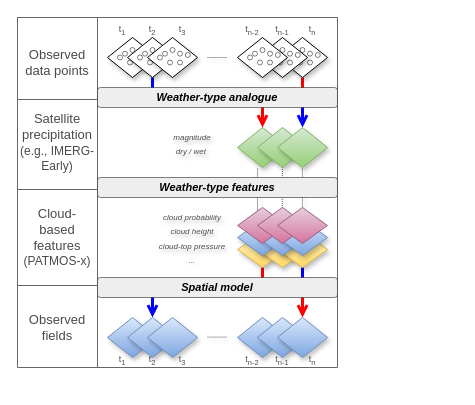
adrHuerta/diagrams keeps this draw.io diagram as grid-workflow.drawio. Above is the earlier version. Source tidied: cells renumbered, new cells numbered last; positions are measured from the earlier drawing's top-left corner, leaving out a move shared by most shapes. Both pictures are drawn from the tidied source at 100%, with x=0, y=0 at pixel (17, 17).
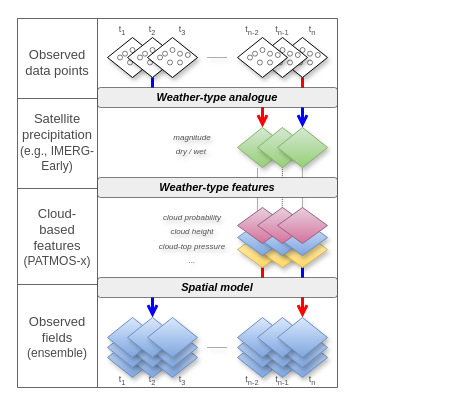
Above is the later version.

The edit, as a diff of the source:
```diff
@@
     <mxCell id="2" style="shape=table;startSize=0;childLayout=tableLayout;fillColor=none;fontColor=#333333;strokeColor=#666666;rounded=0;swimlaneLine=0;shadow=0;" parent="1" vertex="1">
-      <mxGeometry width="320" height="350" as="geometry" />
+      <mxGeometry y="1" width="320" height="369" as="geometry" />
     </mxCell>
     <mxCell id="3" style="shape=tableRow;horizontal=0;startSize=0;swimlaneHead=0;swimlaneBody=0;strokeColor=inherit;top=0;left=0;bottom=0;right=0;fillColor=none;" parent="2" vertex="1">
-      <mxGeometry width="320" height="82" as="geometry" />
+      <mxGeometry width="320" height="80" as="geometry" />
     </mxCell>
     <mxCell id="4" style="shape=partialRectangle;html=1;whiteSpace=wrap;strokeColor=inherit;overflow=hidden;fillColor=none;top=0;left=0;bottom=0;right=0;" parent="3" vertex="1">
-      <mxGeometry width="80" height="82" as="geometry" />
+      <mxGeometry width="80" height="80" as="geometry" />
     </mxCell>
     <mxCell id="5" style="shape=partialRectangle;html=1;whiteSpace=wrap;strokeColor=inherit;overflow=hidden;fillColor=none;top=0;left=0;bottom=0;right=0;" parent="3" vertex="1">
-      <mxGeometry x="80" width="240" height="82" as="geometry" />
+      <mxGeometry x="80" width="240" height="80" as="geometry" />
     </mxCell>
     <mxCell id="6" style="shape=tableRow;horizontal=0;startSize=0;swimlaneHead=0;swimlaneBody=0;strokeColor=inherit;top=0;left=0;bottom=0;right=0;fillColor=none;" parent="2" vertex="1">
-      <mxGeometry y="82" width="320" height="90" as="geometry" />
+      <mxGeometry y="80" width="320" height="90" as="geometry" />
     </mxCell>
@@
     <mxCell id="9" style="shape=tableRow;horizontal=0;startSize=0;swimlaneHead=0;swimlaneBody=0;strokeColor=inherit;top=0;left=0;bottom=0;right=0;fillColor=none;" parent="2" vertex="1">
-      <mxGeometry y="172" width="320" height="96" as="geometry" />
+      <mxGeometry y="170" width="320" height="96" as="geometry" />
     </mxCell>
@@
     <mxCell id="13" style="shape=tableRow;horizontal=0;startSize=0;swimlaneHead=0;swimlaneBody=0;strokeColor=inherit;top=0;left=0;bottom=0;right=0;fillColor=none;" parent="2" vertex="1">
-      <mxGeometry y="268" width="320" height="82" as="geometry" />
+      <mxGeometry y="266" width="320" height="103" as="geometry" />
     </mxCell>
     <mxCell id="14" style="shape=partialRectangle;html=1;whiteSpace=wrap;strokeColor=inherit;overflow=hidden;fillColor=none;top=0;left=0;bottom=0;right=0;" parent="13" vertex="1">
-      <mxGeometry width="80" height="82" as="geometry" />
+      <mxGeometry width="80" height="103" as="geometry" />
     </mxCell>
     <mxCell id="15" style="shape=partialRectangle;html=1;whiteSpace=wrap;strokeColor=inherit;overflow=hidden;fillColor=none;top=0;left=0;bottom=0;right=0;" parent="13" vertex="1">
-      <mxGeometry x="80" width="240" height="82" as="geometry" />
+      <mxGeometry x="80" width="240" height="103" as="geometry" />
     </mxCell>
+    <mxCell id="118" style="rhombus;whiteSpace=wrap;html=1;shadow=1;fillColor=#dae8fc;gradientColor=#7ea6e0;strokeColor=#6c8ebf;" parent="1" vertex="1">
+      <mxGeometry x="90" y="320" width="50" height="40" as="geometry" />
+    </mxCell>
+    <mxCell id="119" style="rhombus;whiteSpace=wrap;html=1;shadow=1;fillColor=#dae8fc;gradientColor=#7ea6e0;strokeColor=#6c8ebf;" parent="1" vertex="1">
+      <mxGeometry x="110" y="320" width="50" height="40" as="geometry" />
+    </mxCell>
+    <mxCell id="120" style="rhombus;whiteSpace=wrap;html=1;shadow=1;fillColor=#dae8fc;gradientColor=#7ea6e0;strokeColor=#6c8ebf;" parent="1" vertex="1">
+      <mxGeometry x="130" y="320" width="50" height="40" as="geometry" />
+    </mxCell>
+    <mxCell id="121" style="rhombus;whiteSpace=wrap;html=1;shadow=1;fillColor=#dae8fc;gradientColor=#7ea6e0;strokeColor=#6c8ebf;" parent="1" vertex="1">
+      <mxGeometry x="220" y="320" width="50" height="40" as="geometry" />
+    </mxCell>
+    <mxCell id="122" style="rhombus;whiteSpace=wrap;html=1;shadow=1;fillColor=#dae8fc;gradientColor=#7ea6e0;strokeColor=#6c8ebf;" parent="1" vertex="1">
+      <mxGeometry x="240" y="320" width="50" height="40" as="geometry" />
+    </mxCell>
+    <mxCell id="123" style="rhombus;whiteSpace=wrap;html=1;shadow=1;fillColor=#dae8fc;gradientColor=#7ea6e0;strokeColor=#6c8ebf;" parent="1" vertex="1">
+      <mxGeometry x="260" y="320" width="50" height="40" as="geometry" />
+    </mxCell>
+    <mxCell id="124" style="rhombus;whiteSpace=wrap;html=1;shadow=1;fillColor=#dae8fc;gradientColor=#7ea6e0;strokeColor=#6c8ebf;" parent="1" vertex="1">
+      <mxGeometry x="90" y="310" width="50" height="40" as="geometry" />
+    </mxCell>
+    <mxCell id="125" style="rhombus;whiteSpace=wrap;html=1;shadow=1;fillColor=#dae8fc;gradientColor=#7ea6e0;strokeColor=#6c8ebf;" parent="1" vertex="1">
+      <mxGeometry x="110" y="310" width="50" height="40" as="geometry" />
+    </mxCell>
+    <mxCell id="126" style="rhombus;whiteSpace=wrap;html=1;shadow=1;fillColor=#dae8fc;gradientColor=#7ea6e0;strokeColor=#6c8ebf;" parent="1" vertex="1">
+      <mxGeometry x="130" y="310" width="50" height="40" as="geometry" />
+    </mxCell>
+    <mxCell id="127" style="rhombus;whiteSpace=wrap;html=1;shadow=1;fillColor=#dae8fc;gradientColor=#7ea6e0;strokeColor=#6c8ebf;" parent="1" vertex="1">
+      <mxGeometry x="220" y="310" width="50" height="40" as="geometry" />
+    </mxCell>
+    <mxCell id="128" style="rhombus;whiteSpace=wrap;html=1;shadow=1;fillColor=#dae8fc;gradientColor=#7ea6e0;strokeColor=#6c8ebf;" parent="1" vertex="1">
+      <mxGeometry x="240" y="310" width="50" height="40" as="geometry" />
+    </mxCell>
+    <mxCell id="129" style="rhombus;whiteSpace=wrap;html=1;shadow=1;fillColor=#dae8fc;gradientColor=#7ea6e0;strokeColor=#6c8ebf;" parent="1" vertex="1">
+      <mxGeometry x="260" y="310" width="50" height="40" as="geometry" />
+    </mxCell>
@@
-    <mxCell id="23" value="&lt;span&gt;Observed fields&lt;/span&gt;" style="text;html=1;align=center;verticalAlign=middle;whiteSpace=wrap;rounded=0;rotation=0;fontStyle=0;fontColor=#4A4A4A;fontSize=13;" parent="1" vertex="1">
-      <mxGeometry x="10" y="280" width="60" height="60" as="geometry" />
+    <mxCell id="23" value="&lt;span&gt;Observed fields&lt;br&gt;&lt;font style=&quot;&quot;&gt;&lt;span style=&quot;font-size: 12px;&quot;&gt;(ensemble)&lt;/span&gt;&lt;/font&gt;&lt;/span&gt;" style="text;html=1;align=center;verticalAlign=middle;whiteSpace=wrap;rounded=0;rotation=0;fontStyle=0;fontColor=#4A4A4A;fontSize=13;" parent="1" vertex="1">
+      <mxGeometry x="10" y="290" width="60" height="60" as="geometry" />
     </mxCell>
@@
     <mxCell id="27" style="group;" parent="1" vertex="1">
-      <mxGeometry x="130" y="20" width="310" height="40" as="geometry" />
+      <mxGeometry x="130" y="20" width="310" height="330" as="geometry" />
     </mxCell>
     <mxCell id="28" style="group;" parent="27" vertex="1">
-      <mxGeometry width="50" height="40" as="geometry" />
+      <mxGeometry width="190" height="330" as="geometry" />
     </mxCell>
     <mxCell id="29" style="group;" parent="28" vertex="1">
-      <mxGeometry x="-20" width="50" height="40" as="geometry" />
+      <mxGeometry x="-20" width="210" height="330" as="geometry" />
     </mxCell>
@@
-    <mxCell id="103" style="endArrow=none;dashed=1;html=1;strokeWidth=1;rounded=0;dashPattern=1 1;jumpSize=4;shadow=1;flowAnimation=0;strokeColor=light-dark(#595959, #ededed);" parent="1" edge="1">
-      <mxGeometry relative="1" as="geometry">
-        <mxPoint x="190" y="319.6" as="sourcePoint" />
-        <mxPoint x="210" y="319.6" as="targetPoint" />
-      </mxGeometry>
-    </mxCell>
+    <mxCell id="107" style="rhombus;whiteSpace=wrap;html=1;shadow=1;fillColor=#dae8fc;gradientColor=#7ea6e0;strokeColor=#6c8ebf;" parent="1" vertex="1">
+      <mxGeometry x="220" y="300" width="50" height="40" as="geometry" />
+    </mxCell>
+    <mxCell id="108" style="rhombus;whiteSpace=wrap;html=1;shadow=1;fillColor=#dae8fc;gradientColor=#7ea6e0;strokeColor=#6c8ebf;" parent="1" vertex="1">
+      <mxGeometry x="240" y="300" width="50" height="40" as="geometry" />
+    </mxCell>
+    <mxCell id="109" style="rhombus;whiteSpace=wrap;html=1;shadow=1;fillColor=#dae8fc;gradientColor=#7ea6e0;strokeColor=#6c8ebf;" parent="1" vertex="1">
+      <mxGeometry x="260" y="300" width="50" height="40" as="geometry" />
+    </mxCell>
+    <mxCell id="116" value="&lt;div style=&quot;&quot;&gt;&lt;span style=&quot;&quot;&gt;&lt;font style=&quot;font-size: 8px;&quot;&gt;&lt;i style=&quot;&quot;&gt;cloud probability&lt;/i&gt;&lt;/font&gt;&lt;/span&gt;&lt;/div&gt;&lt;div style=&quot;&quot;&gt;&lt;font&gt;&lt;span style=&quot;font-size: 8px;&quot;&gt;&lt;i&gt;cloud height&lt;/i&gt;&lt;/span&gt;&lt;/font&gt;&lt;/div&gt;&lt;div style=&quot;&quot;&gt;&lt;font&gt;&lt;span style=&quot;font-size: 8px;&quot;&gt;&lt;i&gt;cloud-top pressure&lt;/i&gt;&lt;/span&gt;&lt;/font&gt;&lt;/div&gt;&lt;div style=&quot;&quot;&gt;&lt;font&gt;&lt;span style=&quot;font-size: 8px;&quot;&gt;&lt;i&gt;...&lt;br&gt;&lt;/i&gt;&lt;/span&gt;&lt;/font&gt;&lt;/div&gt;&lt;div style=&quot;&quot;&gt;&lt;span style=&quot;&quot;&gt;&lt;font style=&quot;font-size: 8px;&quot;&gt;&lt;i style=&quot;&quot;&gt;&lt;br&gt;&lt;/i&gt;&lt;/font&gt;&lt;/span&gt;&lt;/div&gt;" style="text;whiteSpace=wrap;html=1;align=center;shadow=0;labelBorderColor=none;textShadow=1;labelBackgroundColor=none;fontColor=#505050;" parent="1" vertex="1">
+      <mxGeometry x="140" y="185" width="70" height="70" as="geometry" />
+    </mxCell>
+    <mxCell id="117" value="&lt;div style=&quot;&quot;&gt;&lt;span style=&quot;font-size: 8px;&quot;&gt;&lt;i&gt;magnitude&lt;/i&gt;&lt;/span&gt;&lt;/div&gt;&lt;div style=&quot;&quot;&gt;&lt;span style=&quot;font-size: 8px;&quot;&gt;&lt;i&gt;dry / wet&amp;nbsp;&lt;/i&gt;&lt;/span&gt;&lt;/div&gt;" style="text;whiteSpace=wrap;html=1;align=center;shadow=0;labelBorderColor=none;textShadow=1;labelBackgroundColor=none;fontColor=#505050;" parent="1" vertex="1">
+      <mxGeometry x="140" y="105" width="70" height="50" as="geometry" />
+    </mxCell>
+    <mxCell id="130" style="endArrow=none;dashed=1;html=1;strokeWidth=1;rounded=0;dashPattern=1 1;jumpSize=4;shadow=1;flowAnimation=0;strokeColor=light-dark(#595959, #ededed);" parent="1" edge="1">
+      <mxGeometry relative="1" as="geometry">
+        <mxPoint x="190" y="330" as="sourcePoint" />
+        <mxPoint x="210" y="330" as="targetPoint" />
+      </mxGeometry>
+    </mxCell>
     <mxCell id="104" value="&lt;span style=&quot;font-family: Helvetica; font-style: normal; font-variant-ligatures: normal; font-variant-caps: normal; font-weight: 400; letter-spacing: normal; orphans: 2; text-indent: 0px; text-transform: none; widows: 2; word-spacing: 0px; -webkit-text-stroke-width: 0px; white-space: normal; text-decoration-thickness: initial; text-decoration-style: initial; text-decoration-color: initial; float: none; display: inline !important;&quot;&gt;t&lt;sub&gt;3&lt;/sub&gt;&lt;/span&gt;" style="text;whiteSpace=wrap;html=1;fontSize=9;align=center;fontColor=#525252;" parent="1" vertex="1">
-      <mxGeometry x="150" y="330" width="30" height="20" as="geometry" />
+      <mxGeometry x="150" y="350" width="30" height="20" as="geometry" />
     </mxCell>
     <mxCell id="105" value="&lt;span style=&quot;font-family: Helvetica; font-style: normal; font-variant-ligatures: normal; font-variant-caps: normal; font-weight: 400; letter-spacing: normal; orphans: 2; text-indent: 0px; text-transform: none; widows: 2; word-spacing: 0px; -webkit-text-stroke-width: 0px; white-space: normal; text-decoration-thickness: initial; text-decoration-style: initial; text-decoration-color: initial; float: none; display: inline !important;&quot;&gt;t&lt;sub&gt;2&lt;/sub&gt;&lt;/span&gt;" style="text;whiteSpace=wrap;html=1;fontSize=9;align=center;fontColor=#525252;" parent="1" vertex="1">
-      <mxGeometry x="120" y="330" width="30" height="20" as="geometry" />
+      <mxGeometry x="120" y="350" width="30" height="20" as="geometry" />
     </mxCell>
     <mxCell id="106" value="&lt;span style=&quot;font-family: Helvetica; font-style: normal; font-variant-ligatures: normal; font-variant-caps: normal; font-weight: 400; letter-spacing: normal; orphans: 2; text-indent: 0px; text-transform: none; widows: 2; word-spacing: 0px; -webkit-text-stroke-width: 0px; white-space: normal; text-decoration-thickness: initial; text-decoration-style: initial; text-decoration-color: initial; float: none; display: inline !important;&quot;&gt;t&lt;sub&gt;1&lt;/sub&gt;&lt;/span&gt;" style="text;whiteSpace=wrap;html=1;fontSize=9;align=center;fontColor=#525252;" parent="1" vertex="1">
-      <mxGeometry x="90" y="330" width="30" height="20" as="geometry" />
+      <mxGeometry x="90" y="350" width="30" height="20" as="geometry" />
     </mxCell>
-    <mxCell id="107" style="rhombus;whiteSpace=wrap;html=1;shadow=1;fillColor=#dae8fc;gradientColor=#7ea6e0;strokeColor=#6c8ebf;" parent="1" vertex="1">
-      <mxGeometry x="220" y="300" width="50" height="40" as="geometry" />
-    </mxCell>
-    <mxCell id="108" style="rhombus;whiteSpace=wrap;html=1;shadow=1;fillColor=#dae8fc;gradientColor=#7ea6e0;strokeColor=#6c8ebf;" parent="1" vertex="1">
-      <mxGeometry x="240" y="300" width="50" height="40" as="geometry" />
-    </mxCell>
-    <mxCell id="109" style="rhombus;whiteSpace=wrap;html=1;shadow=1;fillColor=#dae8fc;gradientColor=#7ea6e0;strokeColor=#6c8ebf;" parent="1" vertex="1">
-      <mxGeometry x="260" y="300" width="50" height="40" as="geometry" />
-    </mxCell>
     <mxCell id="110" value="&lt;span style=&quot;font-family: Helvetica; font-style: normal; font-variant-ligatures: normal; font-variant-caps: normal; font-weight: 400; letter-spacing: normal; orphans: 2; text-indent: 0px; text-transform: none; widows: 2; word-spacing: 0px; -webkit-text-stroke-width: 0px; white-space: normal; text-decoration-thickness: initial; text-decoration-style: initial; text-decoration-color: initial; float: none; display: inline !important;&quot;&gt;t&lt;sub&gt;n&lt;/sub&gt;&lt;/span&gt;" style="text;whiteSpace=wrap;html=1;fontSize=9;align=center;fontColor=#525252;" parent="1" vertex="1">
-      <mxGeometry x="280" y="330" width="30" height="20" as="geometry" />
+      <mxGeometry x="280" y="350" width="30" height="20" as="geometry" />
     </mxCell>
     <mxCell id="111" value="&lt;span style=&quot;font-family: Helvetica; font-style: normal; font-variant-ligatures: normal; font-variant-caps: normal; font-weight: 400; letter-spacing: normal; orphans: 2; text-indent: 0px; text-transform: none; widows: 2; word-spacing: 0px; -webkit-text-stroke-width: 0px; white-space: normal; text-decoration-thickness: initial; text-decoration-style: initial; text-decoration-color: initial; float: none; display: inline !important;&quot;&gt;t&lt;sub&gt;n-1&lt;/sub&gt;&lt;/span&gt;" style="text;whiteSpace=wrap;html=1;fontSize=9;align=center;fontColor=#525252;" parent="1" vertex="1">
-      <mxGeometry x="250" y="330" width="30" height="20" as="geometry" />
+      <mxGeometry x="250" y="350" width="30" height="20" as="geometry" />
     </mxCell>
     <mxCell id="112" value="&lt;span style=&quot;font-family: Helvetica; font-style: normal; font-variant-ligatures: normal; font-variant-caps: normal; font-weight: 400; letter-spacing: normal; orphans: 2; text-indent: 0px; text-transform: none; widows: 2; word-spacing: 0px; -webkit-text-stroke-width: 0px; white-space: normal; text-decoration-thickness: initial; text-decoration-style: initial; text-decoration-color: initial; float: none; display: inline !important;&quot;&gt;t&lt;sub&gt;n-2&lt;/sub&gt;&lt;/span&gt;" style="text;whiteSpace=wrap;html=1;fontSize=9;align=center;fontColor=#525252;" parent="1" vertex="1">
-      <mxGeometry x="220" y="330" width="30" height="20" as="geometry" />
+      <mxGeometry x="220" y="350" width="30" height="20" as="geometry" />
     </mxCell>
@@
-    <mxCell id="116" value="&lt;div style=&quot;&quot;&gt;&lt;span style=&quot;&quot;&gt;&lt;font style=&quot;font-size: 8px;&quot;&gt;&lt;i style=&quot;&quot;&gt;cloud probability&lt;/i&gt;&lt;/font&gt;&lt;/span&gt;&lt;/div&gt;&lt;div style=&quot;&quot;&gt;&lt;font&gt;&lt;span style=&quot;font-size: 8px;&quot;&gt;&lt;i&gt;cloud height&lt;/i&gt;&lt;/span&gt;&lt;/font&gt;&lt;/div&gt;&lt;div style=&quot;&quot;&gt;&lt;font&gt;&lt;span style=&quot;font-size: 8px;&quot;&gt;&lt;i&gt;cloud-top pressure&lt;/i&gt;&lt;/span&gt;&lt;/font&gt;&lt;/div&gt;&lt;div style=&quot;&quot;&gt;&lt;font&gt;&lt;span style=&quot;font-size: 8px;&quot;&gt;&lt;i&gt;...&lt;br&gt;&lt;/i&gt;&lt;/span&gt;&lt;/font&gt;&lt;/div&gt;&lt;div style=&quot;&quot;&gt;&lt;span style=&quot;&quot;&gt;&lt;font style=&quot;font-size: 8px;&quot;&gt;&lt;i style=&quot;&quot;&gt;&lt;br&gt;&lt;/i&gt;&lt;/font&gt;&lt;/span&gt;&lt;/div&gt;" style="text;whiteSpace=wrap;html=1;align=center;shadow=0;labelBorderColor=none;textShadow=1;labelBackgroundColor=none;fontColor=#505050;" parent="1" vertex="1">
-      <mxGeometry x="140" y="185" width="70" height="70" as="geometry" />
-    </mxCell>
-    <mxCell id="117" value="&lt;div style=&quot;&quot;&gt;&lt;span style=&quot;font-size: 8px;&quot;&gt;&lt;i&gt;magnitude&lt;/i&gt;&lt;/span&gt;&lt;/div&gt;&lt;div style=&quot;&quot;&gt;&lt;span style=&quot;font-size: 8px;&quot;&gt;&lt;i&gt;dry / wet&amp;nbsp;&lt;/i&gt;&lt;/span&gt;&lt;/div&gt;" style="text;whiteSpace=wrap;html=1;align=center;shadow=0;labelBorderColor=none;textShadow=1;labelBackgroundColor=none;fontColor=#505050;" parent="1" vertex="1">
-      <mxGeometry x="140" y="105" width="70" height="50" as="geometry" />
-    </mxCell>
```
